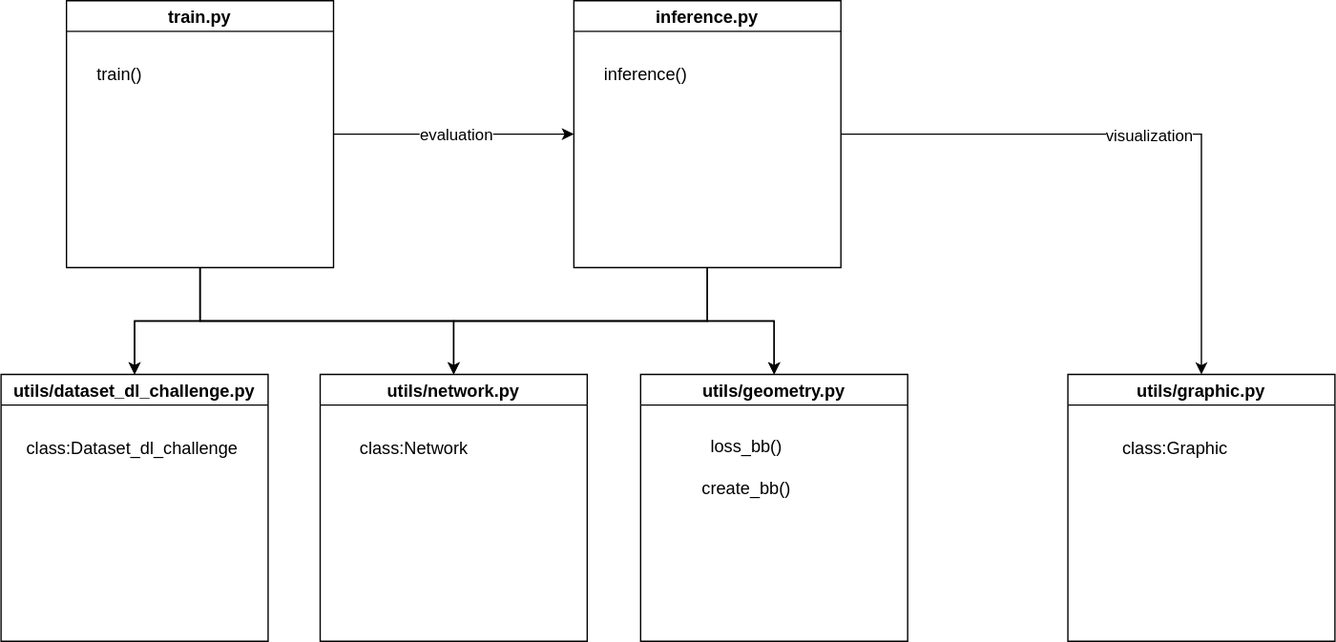
Before: docu/code-structure.drawio.svg, a diagram exported from draw.io (Z5cc/3d-bboxes). Source tidied: cells renumbered, new cells last; positions are measured from the earlier drawing's top-left corner, leaving out a move shared by most shapes.
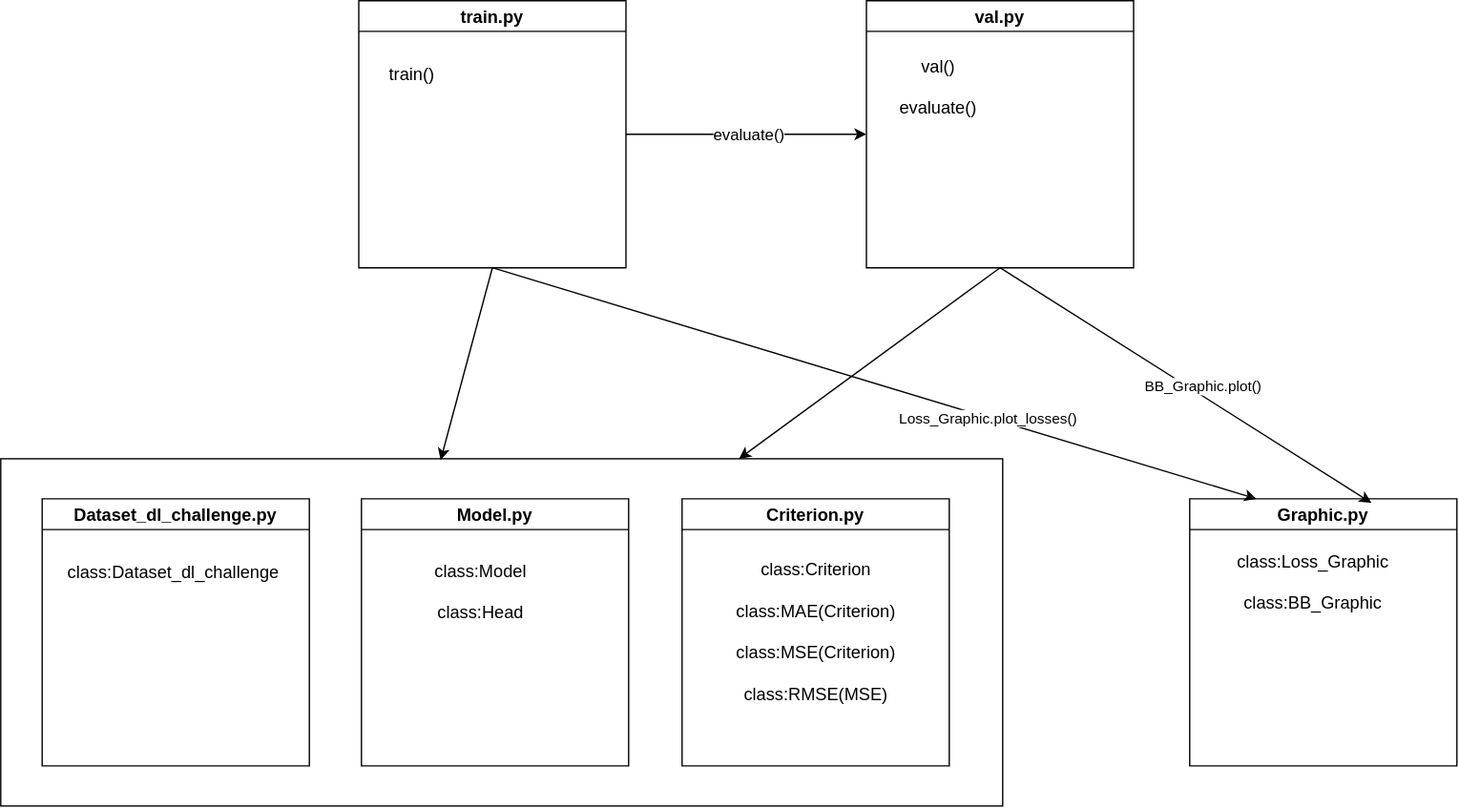
The same diagram one commit later.

Change to the diagram source:
```diff
@@ -2,71 +2,68 @@
   <root>
     <mxCell id="0" />
     <mxCell id="1" parent="0" />
-    <mxCell id="2" style="edgeStyle=orthogonalEdgeStyle;rounded=0;jettySize=auto;html=1;exitX=0.5;exitY=1;exitDx=0;exitDy=0;entryX=0.5;entryY=0;entryDx=0;entryDy=0;" parent="1" edge="1" source="7" target="16">
-      <mxGeometry relative="1" as="geometry" />
-    </mxCell>
-    <mxCell id="3" style="edgeStyle=orthogonalEdgeStyle;rounded=0;jettySize=auto;html=1;exitX=0.5;exitY=1;exitDx=0;exitDy=0;entryX=0.5;entryY=0;entryDx=0;entryDy=0;" parent="1" edge="1" source="7" target="22">
-      <mxGeometry relative="1" as="geometry" />
-    </mxCell>
-    <mxCell id="4" style="edgeStyle=orthogonalEdgeStyle;rounded=0;jettySize=auto;html=1;exitX=0.5;exitY=1;exitDx=0;exitDy=0;entryX=0.5;entryY=0;entryDx=0;entryDy=0;" parent="1" edge="1" source="7" target="18">
-      <mxGeometry relative="1" as="geometry" />
-    </mxCell>
+    <mxCell id="24" style="rounded=0;whiteSpace=wrap;html=1;" parent="1" vertex="1">
+      <mxGeometry x="-31" y="250" width="750" height="260" as="geometry" />
+    </mxCell>
-    <mxCell id="5" style="edgeStyle=orthogonalEdgeStyle;rounded=0;jettySize=auto;html=1;exitX=1;exitY=0.5;exitDx=0;exitDy=0;entryX=0;entryY=0.5;entryDx=0;entryDy=0;" parent="1" edge="1" source="7" target="14">
+    <mxCell id="5" value="ew" style="edgeStyle=orthogonalEdgeStyle;rounded=0;jettySize=auto;html=1;exitX=1;exitY=0.5;exitDx=0;exitDy=0;entryX=0;entryY=0.5;entryDx=0;entryDy=0;" parent="1" edge="1" source="7" target="14">
       <mxGeometry relative="1" as="geometry" />
     </mxCell>
-    <mxCell id="6" value="&lt;font style=&quot;font-size: 12px;&quot;&gt;evaluation&lt;/font&gt;" style="edgeLabel;html=1;align=center;verticalAlign=middle;" parent="5" vertex="1">
+    <mxCell id="6" value="&lt;font style=&quot;font-size: 12px;&quot;&gt;evaluate()&lt;/font&gt;" style="edgeLabel;html=1;align=center;verticalAlign=middle;" parent="5" vertex="1">
       <mxGeometry x="0.01" relative="1" as="geometry" />
     </mxCell>
     <mxCell id="7" value="&lt;font style=&quot;font-size: 13px;&quot;&gt;train.py&lt;/font&gt;" style="swimlane;whiteSpace=wrap;html=1;strokeWidth=1;" parent="1" vertex="1">
-      <mxGeometry x="49" width="200" height="200" as="geometry" />
+      <mxGeometry x="237" y="-93" width="200" height="200" as="geometry" />
     </mxCell>
     <mxCell id="8" value="&lt;font style=&quot;font-size: 13px;&quot;&gt;train()&lt;/font&gt;" style="text;html=1;whiteSpace=wrap;strokeColor=none;fillColor=none;align=center;verticalAlign=middle;rounded=0;" parent="7" vertex="1">
       <mxGeometry x="10" y="40" width="60" height="30" as="geometry" />
     </mxCell>
-    <mxCell id="9" style="edgeStyle=orthogonalEdgeStyle;rounded=0;jettySize=auto;html=1;exitX=0.5;exitY=1;exitDx=0;exitDy=0;entryX=0.5;entryY=0;entryDx=0;entryDy=0;" parent="1" edge="1" source="14" target="16">
-      <mxGeometry relative="1" as="geometry" />
-    </mxCell>
-    <mxCell id="10" style="edgeStyle=orthogonalEdgeStyle;rounded=0;jettySize=auto;html=1;exitX=0.5;exitY=1;exitDx=0;exitDy=0;entryX=0.5;entryY=0;entryDx=0;entryDy=0;" parent="1" edge="1" source="14" target="22">
-      <mxGeometry relative="1" as="geometry" />
-    </mxCell>
-    <mxCell id="11" style="edgeStyle=orthogonalEdgeStyle;rounded=0;jettySize=auto;html=1;exitX=0.5;exitY=1;exitDx=0;exitDy=0;entryX=0.5;entryY=0;entryDx=0;entryDy=0;" parent="1" edge="1" source="14" target="18">
-      <mxGeometry relative="1" as="geometry" />
-    </mxCell>
-    <mxCell id="12" style="edgeStyle=orthogonalEdgeStyle;rounded=0;jettySize=auto;html=1;exitX=1;exitY=0.5;exitDx=0;exitDy=0;entryX=0.5;entryY=0;entryDx=0;entryDy=0;" parent="1" edge="1" source="14" target="20">
-      <mxGeometry relative="1" as="geometry" />
-    </mxCell>
-    <mxCell id="13" value="&lt;font style=&quot;font-size: 12px;&quot;&gt;visualization&lt;/font&gt;" style="edgeLabel;html=1;align=center;verticalAlign=middle;" parent="12" vertex="1">
-      <mxGeometry x="0.02" y="-1" relative="1" as="geometry" />
-    </mxCell>
-    <mxCell id="14" value="&lt;font style=&quot;font-size: 13px;&quot;&gt;inference.py&lt;/font&gt;" style="swimlane;whiteSpace=wrap;html=1;strokeWidth=1;" parent="1" vertex="1">
-      <mxGeometry x="429" width="200" height="200" as="geometry" />
+    <mxCell id="14" value="&lt;font style=&quot;font-size: 13px;&quot;&gt;val.py&lt;/font&gt;" style="swimlane;whiteSpace=wrap;html=1;strokeWidth=1;" parent="1" vertex="1">
+      <mxGeometry x="617" y="-93" width="200" height="200" as="geometry" />
     </mxCell>
-    <mxCell id="15" value="&lt;font style=&quot;font-size: 13px;&quot;&gt;inference()&lt;/font&gt;" style="text;html=1;whiteSpace=wrap;strokeColor=none;fillColor=none;align=center;verticalAlign=middle;rounded=0;" parent="14" vertex="1">
-      <mxGeometry x="24" y="40" width="60" height="30" as="geometry" />
+    <mxCell id="15" value="&lt;font style=&quot;font-size: 13px;&quot;&gt;val()&lt;/font&gt;&lt;div&gt;&lt;span style=&quot;font-size: 13px;&quot;&gt;&lt;br&gt;&lt;/span&gt;&lt;div&gt;&lt;font style=&quot;font-size: 13px;&quot;&gt;evaluate()&lt;/font&gt;&lt;/div&gt;&lt;/div&gt;" style="text;html=1;whiteSpace=wrap;strokeColor=none;fillColor=none;align=center;verticalAlign=middle;rounded=0;" parent="14" vertex="1">
+      <mxGeometry x="24" y="50" width="60" height="30" as="geometry" />
     </mxCell>
-    <mxCell id="16" value="&lt;font style=&quot;font-size: 13px;&quot;&gt;utils/dataset_dl_challenge.py&lt;/font&gt;" style="swimlane;whiteSpace=wrap;html=1;" parent="1" vertex="1">
+    <mxCell id="16" value="&lt;font style=&quot;font-size: 13px;&quot;&gt;Dataset_dl_challenge.py&lt;/font&gt;" style="swimlane;whiteSpace=wrap;html=1;" parent="1" vertex="1">
       <mxGeometry y="280" width="200" height="200" as="geometry" />
     </mxCell>
     <mxCell id="17" value="&lt;font style=&quot;font-size: 13px;&quot;&gt;class:Dataset_dl_challenge&lt;/font&gt;" style="text;html=1;whiteSpace=wrap;strokeColor=none;fillColor=none;align=center;verticalAlign=middle;rounded=0;" parent="16" vertex="1">
       <mxGeometry x="18" y="40" width="161" height="30" as="geometry" />
     </mxCell>
-    <mxCell id="18" value="&lt;font style=&quot;font-size: 13px;&quot;&gt;utils/geometry.py&lt;/font&gt;" style="swimlane;whiteSpace=wrap;html=1;" parent="1" vertex="1">
+    <mxCell id="18" value="&lt;font style=&quot;font-size: 13px;&quot;&gt;Criterion.py&lt;/font&gt;" style="swimlane;whiteSpace=wrap;html=1;" parent="1" vertex="1">
       <mxGeometry x="479" y="280" width="200" height="200" as="geometry" />
     </mxCell>
-    <mxCell id="19" value="&lt;font style=&quot;font-size: 13px;&quot;&gt;loss_bb()&lt;br&gt;&lt;br&gt;create_bb()&lt;/font&gt;" style="text;html=1;whiteSpace=wrap;strokeColor=none;fillColor=none;align=center;verticalAlign=middle;rounded=0;" parent="18" vertex="1">
-      <mxGeometry x="-1" y="40" width="161" height="60" as="geometry" />
+    <mxCell id="19" value="&lt;font style=&quot;font-size: 13px;&quot;&gt;class:Criterion&lt;br&gt;&lt;br&gt;class:MAE(Criterion)&lt;/font&gt;&lt;div&gt;&lt;font style=&quot;font-size: 13px;&quot;&gt;&lt;br&gt;&lt;/font&gt;&lt;/div&gt;&lt;div&gt;&lt;font style=&quot;font-size: 13px;&quot;&gt;class:MSE(Criterion)&lt;br&gt;&lt;/font&gt;&lt;/div&gt;&lt;div&gt;&lt;font style=&quot;font-size: 13px;&quot;&gt;&lt;br&gt;&lt;/font&gt;&lt;/div&gt;&lt;div&gt;&lt;font style=&quot;font-size: 13px;&quot;&gt;class:RMSE(MSE)&lt;/font&gt;&lt;/div&gt;" style="text;html=1;whiteSpace=wrap;strokeColor=none;fillColor=none;align=center;verticalAlign=middle;rounded=0;" parent="18" vertex="1">
+      <mxGeometry x="19.5" y="70" width="161" height="60" as="geometry" />
     </mxCell>
-    <mxCell id="20" value="&lt;font style=&quot;font-size: 13px;&quot;&gt;utils/graphic.py&lt;/font&gt;" style="swimlane;whiteSpace=wrap;html=1;" parent="1" vertex="1">
-      <mxGeometry x="799" y="280" width="200" height="200" as="geometry" />
+    <mxCell id="20" value="&lt;font style=&quot;font-size: 13px;&quot;&gt;Graphic.py&lt;/font&gt;" style="swimlane;whiteSpace=wrap;html=1;" parent="1" vertex="1">
+      <mxGeometry x="859" y="280" width="200" height="200" as="geometry" />
     </mxCell>
-    <mxCell id="21" value="&lt;font style=&quot;font-size: 13px;&quot;&gt;class:Graphic&lt;/font&gt;" style="text;html=1;whiteSpace=wrap;strokeColor=none;fillColor=none;align=center;verticalAlign=middle;rounded=0;" parent="20" vertex="1">
-      <mxGeometry y="40" width="161" height="30" as="geometry" />
+    <mxCell id="21" value="&lt;font style=&quot;font-size: 13px;&quot;&gt;class:Loss_Graphic&lt;/font&gt;&lt;div&gt;&lt;font style=&quot;font-size: 13px;&quot;&gt;&lt;br&gt;&lt;/font&gt;&lt;/div&gt;&lt;div&gt;&lt;font style=&quot;font-size: 13px;&quot;&gt;class:BB_Graphic&lt;/font&gt;&lt;/div&gt;" style="text;html=1;whiteSpace=wrap;strokeColor=none;fillColor=none;align=center;verticalAlign=middle;rounded=0;" parent="20" vertex="1">
+      <mxGeometry x="12" y="48" width="161" height="30" as="geometry" />
     </mxCell>
-    <mxCell id="22" value="&lt;font style=&quot;font-size: 13px;&quot;&gt;utils/network.py&lt;/font&gt;" style="swimlane;whiteSpace=wrap;html=1;" parent="1" vertex="1">
+    <mxCell id="22" value="&lt;font style=&quot;font-size: 13px;&quot;&gt;Model.py&lt;/font&gt;" style="swimlane;whiteSpace=wrap;html=1;" parent="1" vertex="1">
       <mxGeometry x="239" y="280" width="200" height="200" as="geometry" />
     </mxCell>
-    <mxCell id="23" value="&lt;font style=&quot;font-size: 13px;&quot;&gt;class:Network&lt;/font&gt;" style="text;html=1;whiteSpace=wrap;strokeColor=none;fillColor=none;align=center;verticalAlign=middle;rounded=0;" parent="22" vertex="1">
-      <mxGeometry x="-10" y="40" width="161" height="30" as="geometry" />
+    <mxCell id="23" value="&lt;font style=&quot;font-size: 13px;&quot;&gt;class:Model&lt;/font&gt;&lt;div&gt;&lt;font style=&quot;font-size: 13px;&quot;&gt;&lt;br&gt;&lt;/font&gt;&lt;/div&gt;&lt;div&gt;&lt;font style=&quot;font-size: 13px;&quot;&gt;class:Head&lt;/font&gt;&lt;/div&gt;" style="text;html=1;whiteSpace=wrap;strokeColor=none;fillColor=none;align=center;verticalAlign=middle;rounded=0;" parent="22" vertex="1">
+      <mxGeometry x="9" y="55" width="161" height="30" as="geometry" />
     </mxCell>
+    <mxCell id="25" style="endArrow=classic;html=1;rounded=0;exitX=0.5;exitY=1;exitDx=0;exitDy=0;entryX=0.439;entryY=0.004;entryDx=0;entryDy=0;entryPerimeter=0;" parent="1" edge="1" source="7" target="24">
+      <mxGeometry relative="1" as="geometry" />
+    </mxCell>
+    <mxCell id="26" style="endArrow=classic;html=1;rounded=0;exitX=0.5;exitY=1;exitDx=0;exitDy=0;entryX=0.25;entryY=0;entryDx=0;entryDy=0;" parent="1" edge="1" source="7" target="20">
+      <mxGeometry relative="1" as="geometry" />
+    </mxCell>
+    <mxCell id="27" value="Loss_Graphic.plot_losses()" style="edgeLabel;html=1;align=center;verticalAlign=middle;" parent="26" vertex="1">
+      <mxGeometry x="0.3" relative="1" as="geometry" />
+    </mxCell>
+    <mxCell id="28" style="endArrow=classic;html=1;rounded=0;exitX=0.5;exitY=1;exitDx=0;exitDy=0;" parent="1" edge="1" source="14" target="24">
+      <mxGeometry relative="1" as="geometry" />
+    </mxCell>
+    <mxCell id="12" style="endArrow=classic;html=1;rounded=0;exitX=0.5;exitY=1;exitDx=0;exitDy=0;entryX=0.68;entryY=0.015;entryDx=0;entryDy=0;entryPerimeter=0;" parent="1" edge="1" source="14" target="20">
+      <mxGeometry relative="1" as="geometry" />
+    </mxCell>
+    <mxCell id="29" value="BB_Graphic.plot()" style="edgeLabel;html=1;align=center;verticalAlign=middle;" parent="12" vertex="1">
+      <mxGeometry x="0.06" y="6" relative="1" as="geometry" />
+    </mxCell>
   </root>
 </mxGraphModel>
```
